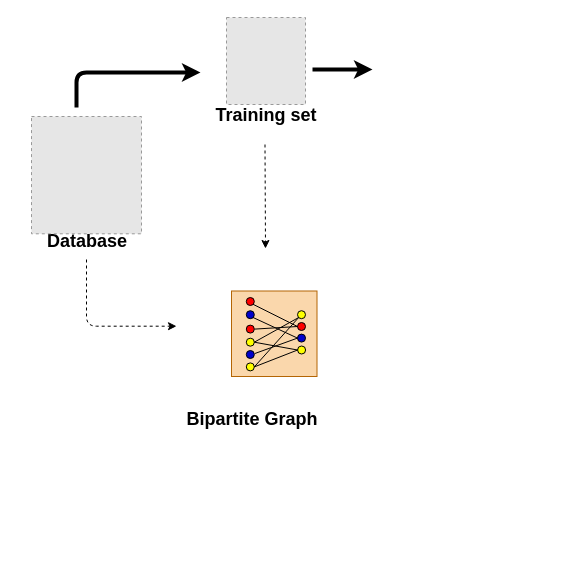
pangxuanrong/DSH-NetWork keeps this draw.io diagram as Untitled Diagram.drawio. Above is the earlier version. Source tidied: cells renumbered, new cells numbered last; positions are measured from the earlier drawing's top-left corner, leaving out a move shared by most shapes. Both pictures are drawn from the tidied source at 100%, with x=0, y=0 at pixel (17, 17). Pictures stored in the file or linked from it are replaced by grey dashed boxes.
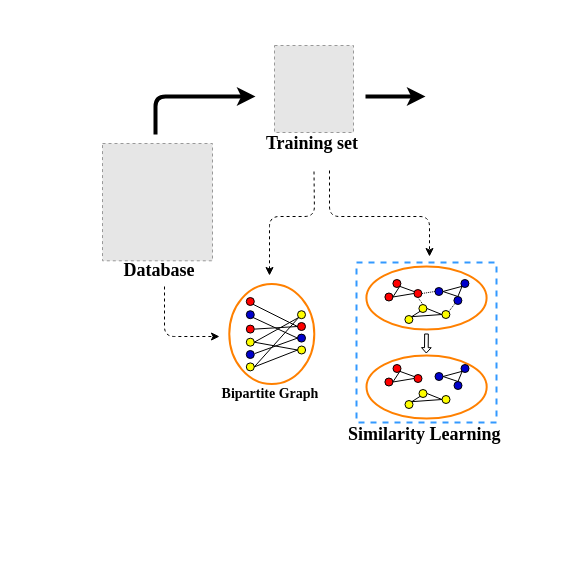
Above is the later version.

What changed in the source:
```diff
@@
     <mxCell id="2" style="fillColor=#E6E6E6;strokeColor=#999999;dashed=1;verticalLabelPosition=bottom;labelBackgroundColor=#ffffff;verticalAlign=top;" parent="1" vertex="1">
-      <mxGeometry x="209" width="79" height="87" as="geometry" />
+      <mxGeometry x="257" y="28" width="79" height="87" as="geometry" />
     </mxCell>
     <mxCell id="3" style="endArrow=classic;html=1;strokeWidth=4;" parent="1" edge="1">
       <mxGeometry relative="1" as="geometry">
-        <mxPoint x="59" y="90" as="sourcePoint" />
-        <mxPoint x="183" y="55" as="targetPoint" />
+        <mxPoint x="138" y="117" as="sourcePoint" />
+        <mxPoint x="238" y="79" as="targetPoint" />
         <Array as="points">
-          <mxPoint x="59" y="55" />
+          <mxPoint x="138" y="79" />
         </Array>
       </mxGeometry>
     </mxCell>
-    <mxCell id="4" value="&lt;b style=&quot;font-size: 18px&quot;&gt;Training set&lt;/b&gt;" style="text;html=1;strokeColor=none;fillColor=none;align=center;verticalAlign=middle;whiteSpace=wrap;rounded=0;shadow=0;" parent="1" vertex="1">
-      <mxGeometry x="178.5" y="78" width="140" height="40" as="geometry" />
+    <mxCell id="4" value="&lt;b style=&quot;font-size: 18px&quot;&gt;&lt;font face=&quot;Times New Roman&quot;&gt;Training set&lt;/font&gt;&lt;/b&gt;" style="text;html=1;strokeColor=none;fillColor=none;align=center;verticalAlign=middle;whiteSpace=wrap;rounded=0;shadow=0;" parent="1" vertex="1">
+      <mxGeometry x="224.5" y="106" width="140" height="40" as="geometry" />
     </mxCell>
     <mxCell id="5" style="endArrow=classic;html=1;strokeWidth=4;" parent="1" edge="1">
       <mxGeometry relative="1" as="geometry">
-        <mxPoint x="295" y="52" as="sourcePoint" />
-        <mxPoint x="355" y="52" as="targetPoint" />
+        <mxPoint x="348" y="79" as="sourcePoint" />
+        <mxPoint x="408" y="79" as="targetPoint" />
       </mxGeometry>
     </mxCell>
-    <mxCell id="6" value="&lt;span style=&quot;font-family: monospace ; font-size: 0px&quot;&gt;df&lt;/span&gt;" style="text;html=1;strokeColor=none;fillColor=none;align=center;verticalAlign=middle;whiteSpace=wrap;rounded=0;shadow=0;" parent="1" vertex="1">
-      <mxGeometry x="409" y="502" width="140" height="40" as="geometry" />
-    </mxCell>
-    <mxCell id="7" value="&lt;b style=&quot;font-size: 18px&quot;&gt;Bipartite Graph&lt;/b&gt;" style="text;html=1;strokeColor=none;fillColor=none;align=center;verticalAlign=middle;whiteSpace=wrap;rounded=0;shadow=0;" parent="1" vertex="1">
-      <mxGeometry x="165" y="382" width="140" height="40" as="geometry" />
-    </mxCell>
-    <mxCell id="8" value="&lt;b style=&quot;font-size: 18px&quot;&gt;Database&lt;/b&gt;" style="text;html=1;strokeColor=none;fillColor=none;align=center;verticalAlign=middle;whiteSpace=wrap;rounded=0;shadow=0;" parent="1" vertex="1">
-      <mxGeometry y="204" width="140" height="40" as="geometry" />
+    <mxCell id="8" value="&lt;b style=&quot;font-size: 18px&quot;&gt;&lt;font face=&quot;Times New Roman&quot;&gt;Database&lt;/font&gt;&lt;/b&gt;" style="text;html=1;strokeColor=none;fillColor=none;align=center;verticalAlign=middle;whiteSpace=wrap;rounded=0;shadow=0;" parent="1" vertex="1">
+      <mxGeometry x="72" y="233" width="140" height="40" as="geometry" />
     </mxCell>
     <mxCell id="9" style="endArrow=classic;html=1;strokeWidth=1;dashed=1;" parent="1" edge="1">
       <mxGeometry relative="1" as="geometry">
-        <mxPoint x="69" y="242" as="sourcePoint" />
-        <mxPoint x="159" y="308.7" as="targetPoint" />
+        <mxPoint x="147" y="269" as="sourcePoint" />
+        <mxPoint x="202" y="319" as="targetPoint" />
         <Array as="points">
-          <mxPoint x="69" y="308.7" />
+          <mxPoint x="147" y="319" />
         </Array>
       </mxGeometry>
     </mxCell>
     <mxCell id="10" style="endArrow=classic;html=1;dashed=1;strokeWidth=1;exitX=0.5;exitY=1;exitDx=0;exitDy=0;" parent="1" edge="1">
       <mxGeometry relative="1" as="geometry">
-        <mxPoint x="247.5" y="127" as="sourcePoint" />
-        <mxPoint x="248" y="231" as="targetPoint" />
+        <mxPoint x="296.5" y="154" as="sourcePoint" />
+        <mxPoint x="252" y="258" as="targetPoint" />
+        <Array as="points">
+          <mxPoint x="297" y="199" />
+          <mxPoint x="252" y="199" />
+        </Array>
       </mxGeometry>
     </mxCell>
     <mxCell id="11" style="fillColor=#E6E6E6;strokeColor=#999999;dashed=1;verticalLabelPosition=bottom;labelBackgroundColor=#ffffff;verticalAlign=top;" parent="1" vertex="1">
-      <mxGeometry x="14" y="99" width="110" height="117.3" as="geometry" />
+      <mxGeometry x="85" y="126" width="110" height="117.3" as="geometry" />
     </mxCell>
-    <mxCell id="12" style="whiteSpace=wrap;html=1;rounded=0;shadow=0;strokeWidth=1;fillColor=#fad7ac;strokeColor=#b46504;" parent="1" vertex="1">
-      <mxGeometry x="214" y="273.5" width="85.5" height="85.5" as="geometry" />
-    </mxCell>
+    <mxCell id="7" value="&lt;font style=&quot;font-size: 14px&quot; face=&quot;Times New Roman&quot;&gt;&lt;b&gt;Bipartite Graph&lt;/b&gt;&lt;/font&gt;" style="text;html=1;strokeColor=none;fillColor=none;align=center;verticalAlign=middle;whiteSpace=wrap;rounded=0;shadow=0;fontSize=12;" parent="1" vertex="1">
+      <mxGeometry x="183.2" y="357.4" width="140" height="40" as="geometry" />
+    </mxCell>
@@
+    <mxCell id="31" style="ellipse;whiteSpace=wrap;html=1;strokeColor=#FF8000;fillColor=none;strokeWidth=2;" parent="1" vertex="1">
+      <mxGeometry x="211.8" y="266.5" width="85" height="100" as="geometry" />
+    </mxCell>
+    <mxCell id="32" style="group;" parent="1" vertex="1">
+      <mxGeometry x="319" y="245" width="180" height="185" as="geometry" />
+    </mxCell>
+    <mxCell id="33" value="&lt;b style=&quot;color: rgb(0 , 0 , 0) ; font-size: 12px ; font-style: normal ; letter-spacing: normal ; text-align: center ; text-indent: 0px ; text-transform: none ; word-spacing: 0px ; background-color: rgb(255 , 255 , 255)&quot;&gt;&lt;font style=&quot;font-size: 18px&quot; face=&quot;Times New Roman&quot;&gt;Similarity Learning&lt;/font&gt;&lt;/b&gt;" style="text;whiteSpace=wrap;html=1;" parent="32" vertex="1">
+      <mxGeometry x="10" y="155" width="180" height="30" as="geometry" />
+    </mxCell>
+    <mxCell id="34" style="group;" parent="32" vertex="1">
+      <mxGeometry x="20" width="140" height="160" as="geometry" />
+    </mxCell>
+    <mxCell id="35" style="rounded=0;whiteSpace=wrap;html=1;strokeWidth=2;fillColor=none;strokeColor=#3399FF;dashed=1;" parent="34" vertex="1">
+      <mxGeometry width="140" height="160" as="geometry" />
+    </mxCell>
+    <mxCell id="36" style="ellipse;whiteSpace=wrap;html=1;strokeColor=#FF8000;strokeWidth=2;fillColor=none;" parent="34" vertex="1">
+      <mxGeometry x="10" y="93" width="120.2" height="63" as="geometry" />
+    </mxCell>
+    <mxCell id="37" style="ellipse;whiteSpace=wrap;html=1;rounded=0;shadow=0;strokeWidth=1;fillColor=#FF0000;" parent="34" vertex="1">
+      <mxGeometry x="36.5" y="102" width="8" height="8" as="geometry" />
+    </mxCell>
+    <mxCell id="38" style="ellipse;whiteSpace=wrap;html=1;rounded=0;shadow=0;strokeWidth=1;fillColor=#FF0000;" parent="34" vertex="1">
+      <mxGeometry x="28.4" y="115.5" width="8" height="8" as="geometry" />
+    </mxCell>
+    <mxCell id="39" style="ellipse;whiteSpace=wrap;html=1;rounded=0;shadow=0;strokeWidth=1;fillColor=#FF0000;" parent="34" vertex="1">
+      <mxGeometry x="57.5" y="112" width="8" height="8" as="geometry" />
+    </mxCell>
+    <mxCell id="40" style="ellipse;whiteSpace=wrap;html=1;rounded=0;shadow=0;strokeWidth=1;fillColor=#FFFF00;" parent="34" vertex="1">
+      <mxGeometry x="85.5" y="133" width="8" height="8" as="geometry" />
+    </mxCell>
+    <mxCell id="41" style="ellipse;whiteSpace=wrap;html=1;rounded=0;shadow=0;strokeWidth=1;fillColor=#0000CC;" parent="34" vertex="1">
+      <mxGeometry x="78.5" y="110" width="8" height="8" as="geometry" />
+    </mxCell>
+    <mxCell id="42" style="ellipse;whiteSpace=wrap;html=1;rounded=0;shadow=0;strokeWidth=1;fillColor=#FFFF00;" parent="34" vertex="1">
+      <mxGeometry x="62.5" y="127" width="8" height="8" as="geometry" />
+    </mxCell>
+    <mxCell id="43" style="ellipse;whiteSpace=wrap;html=1;rounded=0;shadow=0;strokeWidth=1;fillColor=#0000CC;" parent="34" vertex="1">
+      <mxGeometry x="104.5" y="102" width="8" height="8" as="geometry" />
+    </mxCell>
+    <mxCell id="44" style="ellipse;whiteSpace=wrap;html=1;rounded=0;shadow=0;strokeWidth=1;fillColor=#0000CC;" parent="34" vertex="1">
+      <mxGeometry x="97.5" y="119" width="8" height="8" as="geometry" />
+    </mxCell>
+    <mxCell id="45" style="ellipse;whiteSpace=wrap;html=1;rounded=0;shadow=0;strokeWidth=1;fillColor=#FFFF00;" parent="34" vertex="1">
+      <mxGeometry x="48.5" y="138" width="8" height="8" as="geometry" />
+    </mxCell>
+    <mxCell id="46" style="endArrow=none;html=1;exitX=0.5;exitY=0;exitDx=0;exitDy=0;entryX=0;entryY=1;entryDx=0;entryDy=0;" parent="34" edge="1" source="44" target="43">
+      <mxGeometry relative="1" as="geometry" />
+    </mxCell>
+    <mxCell id="47" style="endArrow=none;html=1;exitX=1;exitY=0.5;exitDx=0;exitDy=0;entryX=0;entryY=1;entryDx=0;entryDy=0;" parent="34" edge="1" source="41" target="43">
+      <mxGeometry relative="1" as="geometry" />
+    </mxCell>
+    <mxCell id="48" style="endArrow=none;html=1;exitX=1;exitY=0.5;exitDx=0;exitDy=0;entryX=0.5;entryY=0;entryDx=0;entryDy=0;" parent="34" edge="1" source="41" target="44">
+      <mxGeometry relative="1" as="geometry" />
+    </mxCell>
+    <mxCell id="49" style="endArrow=none;html=1;exitX=1;exitY=1;exitDx=0;exitDy=0;entryX=0.094;entryY=0.28;entryDx=0;entryDy=0;entryPerimeter=0;" parent="34" edge="1" source="37" target="39">
+      <mxGeometry relative="1" as="geometry" />
+    </mxCell>
+    <mxCell id="50" style="endArrow=none;html=1;exitX=1;exitY=0.5;exitDx=0;exitDy=0;entryX=0;entryY=0.5;entryDx=0;entryDy=0;" parent="34" edge="1" source="38" target="39">
+      <mxGeometry relative="1" as="geometry" />
+    </mxCell>
+    <mxCell id="51" style="endArrow=none;html=1;exitX=1;exitY=0.5;exitDx=0;exitDy=0;entryX=1;entryY=1;entryDx=0;entryDy=0;" parent="34" edge="1" source="38" target="37">
+      <mxGeometry relative="1" as="geometry" />
+    </mxCell>
+    <mxCell id="52" style="endArrow=none;html=1;exitX=1;exitY=0;exitDx=0;exitDy=0;entryX=0;entryY=1;entryDx=0;entryDy=0;" parent="34" edge="1" source="45" target="42">
+      <mxGeometry relative="1" as="geometry" />
+    </mxCell>
+    <mxCell id="53" style="endArrow=none;html=1;exitX=1;exitY=0;exitDx=0;exitDy=0;entryX=0;entryY=0.5;entryDx=0;entryDy=0;" parent="34" edge="1" source="45" target="40">
+      <mxGeometry relative="1" as="geometry" />
+    </mxCell>
+    <mxCell id="54" style="endArrow=none;html=1;exitX=1;exitY=0.5;exitDx=0;exitDy=0;entryX=0;entryY=0.5;entryDx=0;entryDy=0;" parent="34" edge="1" source="42" target="40">
+      <mxGeometry relative="1" as="geometry" />
+    </mxCell>
+    <mxCell id="55" style="shape=flexArrow;endArrow=classic;html=1;endWidth=5;endSize=1.45;width=3.6666666666666665;" parent="34" edge="1">
+      <mxGeometry relative="1" as="geometry">
+        <mxPoint x="70" y="71" as="sourcePoint" />
+        <mxPoint x="69.8" y="91" as="targetPoint" />
+      </mxGeometry>
+    </mxCell>
+    <mxCell id="56" style="group;" parent="34" vertex="1">
+      <mxGeometry x="9.9" y="4" width="120.2" height="63" as="geometry" />
+    </mxCell>
+    <mxCell id="57" style="ellipse;whiteSpace=wrap;html=1;strokeColor=#FF8000;strokeWidth=2;fillColor=none;" parent="56" vertex="1">
+      <mxGeometry width="120.2" height="63" as="geometry" />
+    </mxCell>
+    <mxCell id="58" style="ellipse;whiteSpace=wrap;html=1;rounded=0;shadow=0;strokeWidth=1;fillColor=#FF0000;" parent="56" vertex="1">
+      <mxGeometry x="26.5" y="13" width="8" height="8" as="geometry" />
+    </mxCell>
+    <mxCell id="59" style="ellipse;whiteSpace=wrap;html=1;rounded=0;shadow=0;strokeWidth=1;fillColor=#FF0000;" parent="56" vertex="1">
+      <mxGeometry x="18.5" y="26.5" width="8" height="8" as="geometry" />
+    </mxCell>
+    <mxCell id="60" style="ellipse;whiteSpace=wrap;html=1;rounded=0;shadow=0;strokeWidth=1;fillColor=#FF0000;" parent="56" vertex="1">
+      <mxGeometry x="47.5" y="23" width="8" height="8" as="geometry" />
+    </mxCell>
+    <mxCell id="61" style="ellipse;whiteSpace=wrap;html=1;rounded=0;shadow=0;strokeWidth=1;fillColor=#FFFF00;" parent="56" vertex="1">
+      <mxGeometry x="75.5" y="44" width="8" height="8" as="geometry" />
+    </mxCell>
+    <mxCell id="62" style="ellipse;whiteSpace=wrap;html=1;rounded=0;shadow=0;strokeWidth=1;fillColor=#0000CC;" parent="56" vertex="1">
+      <mxGeometry x="68.5" y="21" width="8" height="8" as="geometry" />
+    </mxCell>
+    <mxCell id="63" style="ellipse;whiteSpace=wrap;html=1;rounded=0;shadow=0;strokeWidth=1;fillColor=#FFFF00;" parent="56" vertex="1">
+      <mxGeometry x="52.5" y="38" width="8" height="8" as="geometry" />
+    </mxCell>
+    <mxCell id="64" style="ellipse;whiteSpace=wrap;html=1;rounded=0;shadow=0;strokeWidth=1;fillColor=#0000CC;" parent="56" vertex="1">
+      <mxGeometry x="94.5" y="13" width="8" height="8" as="geometry" />
+    </mxCell>
+    <mxCell id="65" style="ellipse;whiteSpace=wrap;html=1;rounded=0;shadow=0;strokeWidth=1;fillColor=#0000CC;" parent="56" vertex="1">
+      <mxGeometry x="87.5" y="30" width="8" height="8" as="geometry" />
+    </mxCell>
+    <mxCell id="66" style="ellipse;whiteSpace=wrap;html=1;rounded=0;shadow=0;strokeWidth=1;fillColor=#FFFF00;" parent="56" vertex="1">
+      <mxGeometry x="38.5" y="49" width="8" height="8" as="geometry" />
+    </mxCell>
+    <mxCell id="67" style="endArrow=none;html=1;exitX=0.5;exitY=0;exitDx=0;exitDy=0;entryX=0;entryY=1;entryDx=0;entryDy=0;" parent="56" edge="1" source="65" target="64">
+      <mxGeometry relative="1" as="geometry" />
+    </mxCell>
+    <mxCell id="68" style="endArrow=none;html=1;exitX=1;exitY=0.5;exitDx=0;exitDy=0;entryX=0;entryY=1;entryDx=0;entryDy=0;" parent="56" edge="1" source="62" target="64">
+      <mxGeometry relative="1" as="geometry" />
+    </mxCell>
+    <mxCell id="69" style="endArrow=none;html=1;exitX=1;exitY=0.5;exitDx=0;exitDy=0;entryX=0.5;entryY=0;entryDx=0;entryDy=0;" parent="56" edge="1" source="62" target="65">
+      <mxGeometry relative="1" as="geometry" />
+    </mxCell>
+    <mxCell id="70" style="endArrow=none;html=1;exitX=1;exitY=1;exitDx=0;exitDy=0;entryX=0.094;entryY=0.28;entryDx=0;entryDy=0;entryPerimeter=0;" parent="56" edge="1" source="58" target="60">
+      <mxGeometry relative="1" as="geometry" />
+    </mxCell>
+    <mxCell id="71" style="endArrow=none;html=1;exitX=1;exitY=0.5;exitDx=0;exitDy=0;entryX=0;entryY=0.5;entryDx=0;entryDy=0;" parent="56" edge="1" source="59" target="60">
+      <mxGeometry relative="1" as="geometry" />
+    </mxCell>
+    <mxCell id="72" style="endArrow=none;html=1;exitX=1;exitY=0.5;exitDx=0;exitDy=0;entryX=1;entryY=1;entryDx=0;entryDy=0;" parent="56" edge="1" source="59" target="58">
+      <mxGeometry relative="1" as="geometry" />
+    </mxCell>
+    <mxCell id="73" style="endArrow=none;html=1;exitX=1;exitY=0;exitDx=0;exitDy=0;entryX=0;entryY=1;entryDx=0;entryDy=0;" parent="56" edge="1" source="66" target="63">
+      <mxGeometry relative="1" as="geometry" />
+    </mxCell>
+    <mxCell id="74" style="endArrow=none;html=1;exitX=1;exitY=0;exitDx=0;exitDy=0;entryX=0;entryY=0.5;entryDx=0;entryDy=0;" parent="56" edge="1" source="66" target="61">
+      <mxGeometry relative="1" as="geometry" />
+    </mxCell>
+    <mxCell id="75" style="endArrow=none;html=1;exitX=1;exitY=0.5;exitDx=0;exitDy=0;entryX=0;entryY=0.5;entryDx=0;entryDy=0;" parent="56" edge="1" source="63" target="61">
+      <mxGeometry relative="1" as="geometry" />
+    </mxCell>
+    <mxCell id="76" style="endArrow=none;html=1;exitX=0.5;exitY=0;exitDx=0;exitDy=0;entryX=0.5;entryY=1;entryDx=0;entryDy=0;dashed=1;dashPattern=1 1;" parent="56" edge="1" source="63" target="60">
+      <mxGeometry relative="1" as="geometry" />
+    </mxCell>
+    <mxCell id="77" style="endArrow=none;html=1;exitX=1;exitY=0;exitDx=0;exitDy=0;entryX=0;entryY=1;entryDx=0;entryDy=0;dashed=1;dashPattern=1 1;" parent="56" edge="1" source="61" target="65">
+      <mxGeometry relative="1" as="geometry" />
+    </mxCell>
+    <mxCell id="78" style="endArrow=none;html=1;exitX=1;exitY=0.5;exitDx=0;exitDy=0;entryX=0;entryY=0.5;entryDx=0;entryDy=0;dashed=1;dashPattern=1 1;" parent="56" edge="1" source="60" target="62">
+      <mxGeometry relative="1" as="geometry" />
+    </mxCell>
+    <mxCell id="79" style="endArrow=classic;html=1;dashed=1;" parent="1" edge="1">
+      <mxGeometry relative="1" as="geometry">
+        <mxPoint x="312" y="153" as="sourcePoint" />
+        <mxPoint x="412" y="239" as="targetPoint" />
+        <Array as="points">
+          <mxPoint x="312" y="199" />
+          <mxPoint x="412" y="199" />
+        </Array>
+      </mxGeometry>
+    </mxCell>
```
